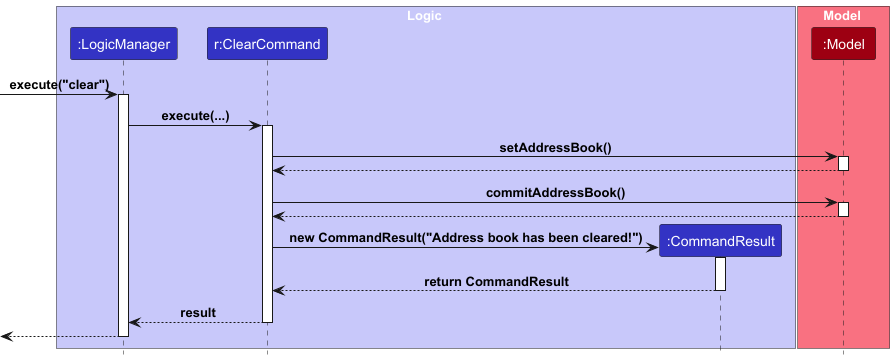
This is docs/images/ClearCommandSequenceDiagram.png from carineang/tp, a PlantUML export, as it was before one commit.
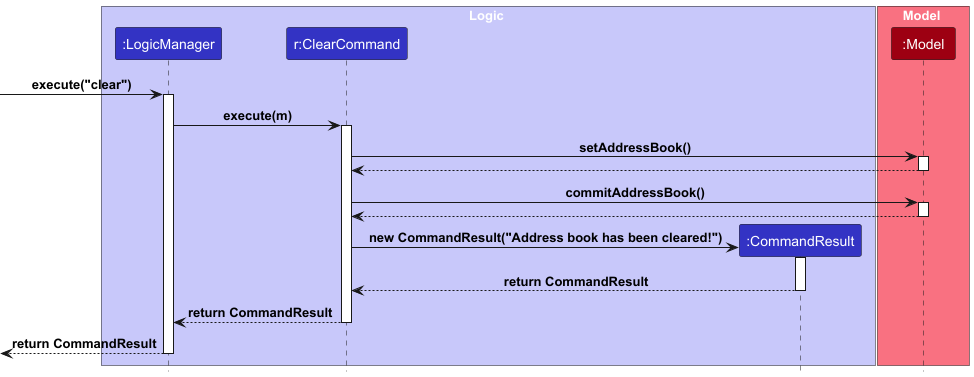
After the change.

Commit message:
Update clear command sequence diagram

What changed in the source:
```diff
@@ -15,7 +15,7 @@
 
 
 
-LogicManager -> ClearCommand : execute(...)
+LogicManager -> ClearCommand : execute(m)
 activate ClearCommand
 
 
@@ -38,9 +38,9 @@
 CommandResult --> ClearCommand : return CommandResult
 deactivate CommandResult
 
-ClearCommand --> LogicManager : result
+ClearCommand --> LogicManager : return CommandResult
 deactivate ClearCommand
 
-[<--LogicManager
+[<--LogicManager : return CommandResult
 deactivate LogicManager
 @enduml
```
